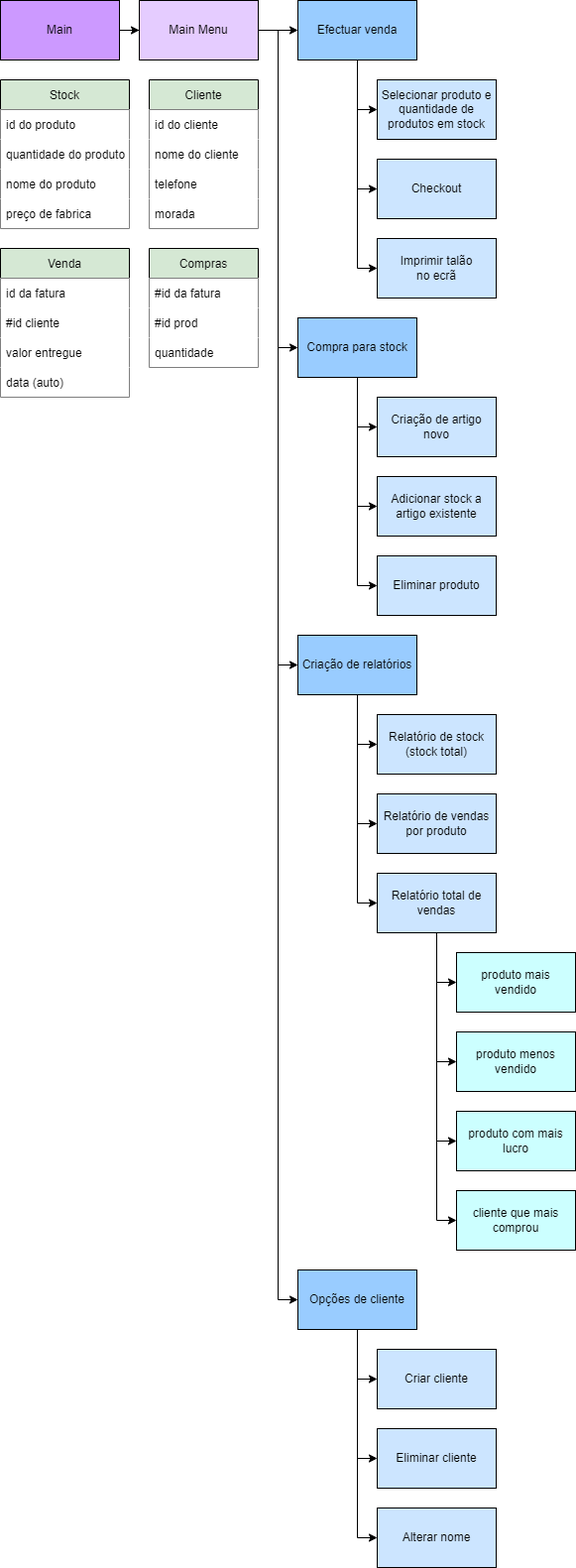
Above: Other/esquema.png in henrique11varela/atec-t1-loja (draw.io), before the change. Source tidied: cells renumbered, new cells last; positions are measured from the earlier drawing's top-left corner, leaving out a move shared by most shapes.
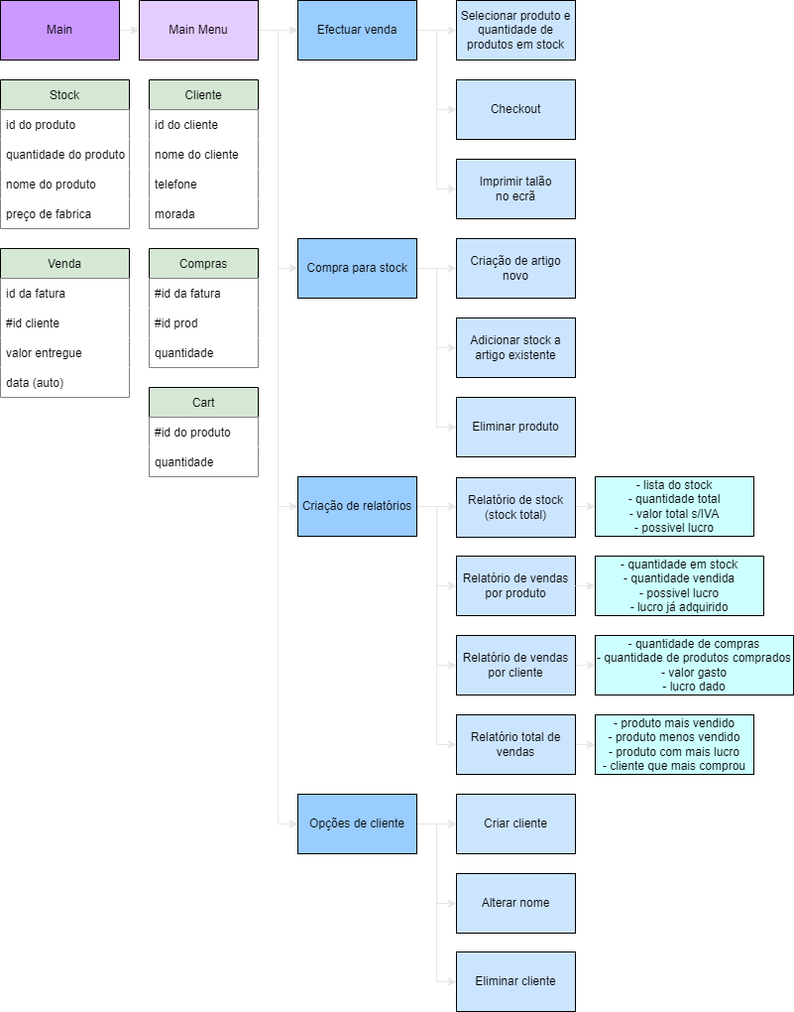
The same diagram one commit later.

What changed in the source:
```diff
@@ -2,153 +2,148 @@
   <root>
     <mxCell id="0" />
     <mxCell id="1" parent="0" />
-    <mxCell id="2" style="edgeStyle=orthogonalEdgeStyle;rounded=0;jettySize=auto;html=1;" parent="1" edge="1" source="3" target="8">
+    <mxCell id="2" style="edgeStyle=orthogonalEdgeStyle;rounded=0;jettySize=auto;html=1;strokeColor=#E6E6E6;" parent="1" edge="1" source="3" target="8">
       <mxGeometry relative="1" as="geometry" />
     </mxCell>
     <mxCell id="3" value="Main" style="rounded=0;whiteSpace=wrap;html=1;fillColor=#CC99FF;" parent="1" vertex="1">
       <mxGeometry width="120" height="60" as="geometry" />
     </mxCell>
-    <mxCell id="4" style="edgeStyle=orthogonalEdgeStyle;rounded=0;jettySize=auto;html=1;" parent="1" edge="1" source="8" target="12">
+    <mxCell id="4" style="edgeStyle=orthogonalEdgeStyle;rounded=0;jettySize=auto;html=1;strokeColor=#E6E6E6;" parent="1" edge="1" source="8" target="12">
       <mxGeometry relative="1" as="geometry" />
     </mxCell>
-    <mxCell id="5" style="edgeStyle=orthogonalEdgeStyle;rounded=0;jettySize=auto;html=1;" parent="1" edge="1" source="8" target="16">
+    <mxCell id="5" style="edgeStyle=orthogonalEdgeStyle;rounded=0;jettySize=auto;html=1;strokeColor=#E6E6E6;" parent="1" edge="1" source="8" target="16">
       <mxGeometry relative="1" as="geometry">
         <Array as="points">
           <mxPoint x="280" y="30" />
-          <mxPoint x="280" y="350" />
+          <mxPoint x="280" y="270" />
         </Array>
       </mxGeometry>
     </mxCell>
-    <mxCell id="6" style="edgeStyle=orthogonalEdgeStyle;rounded=0;jettySize=auto;html=1;" parent="1" edge="1" source="8" target="20">
+    <mxCell id="6" style="edgeStyle=orthogonalEdgeStyle;rounded=0;jettySize=auto;html=1;strokeColor=#E6E6E6;" parent="1" edge="1" source="8" target="20">
       <mxGeometry relative="1" as="geometry">
         <Array as="points">
           <mxPoint x="280" y="30" />
-          <mxPoint x="280" y="670" />
+          <mxPoint x="280" y="510" />
         </Array>
       </mxGeometry>
     </mxCell>
-    <mxCell id="7" style="edgeStyle=orthogonalEdgeStyle;rounded=0;jettySize=auto;html=1;" parent="1" edge="1" source="8" target="24">
+    <mxCell id="7" style="edgeStyle=orthogonalEdgeStyle;rounded=0;jettySize=auto;html=1;strokeColor=#E6E6E6;" parent="1" edge="1" source="8" target="24">
       <mxGeometry relative="1" as="geometry">
         <Array as="points">
           <mxPoint x="280" y="30" />
-          <mxPoint x="280" y="1310" />
+          <mxPoint x="280" y="830" />
         </Array>
       </mxGeometry>
     </mxCell>
     <mxCell id="8" value="Main Menu" style="whiteSpace=wrap;html=1;rounded=0;fillColor=#E5CCFF;" parent="1" vertex="1">
       <mxGeometry x="140" width="120" height="60" as="geometry" />
     </mxCell>
-    <mxCell id="9" style="edgeStyle=orthogonalEdgeStyle;rounded=0;jettySize=auto;html=1;" parent="1" edge="1" source="12" target="25">
+    <mxCell id="9" style="edgeStyle=orthogonalEdgeStyle;rounded=0;jettySize=auto;html=1;strokeColor=#E6E6E6;" parent="1" edge="1" source="12" target="25">
       <mxGeometry relative="1" as="geometry">
         <Array as="points">
-          <mxPoint x="360" y="110" />
+          <mxPoint x="430" y="30" />
+          <mxPoint x="430" y="30" />
         </Array>
       </mxGeometry>
     </mxCell>
-    <mxCell id="10" style="edgeStyle=orthogonalEdgeStyle;rounded=0;jettySize=auto;html=1;entryX=0;entryY=0.5;entryDx=0;entryDy=0;" parent="1" edge="1" source="12" target="26">
+    <mxCell id="10" style="edgeStyle=orthogonalEdgeStyle;rounded=0;jettySize=auto;html=1;entryX=0;entryY=0.5;entryDx=0;entryDy=0;strokeColor=#E6E6E6;" parent="1" edge="1" source="12" target="26">
       <mxGeometry relative="1" as="geometry" />
     </mxCell>
-    <mxCell id="11" style="edgeStyle=orthogonalEdgeStyle;rounded=0;jettySize=auto;html=1;entryX=0;entryY=0.5;entryDx=0;entryDy=0;" parent="1" edge="1" source="12" target="27">
-      <mxGeometry relative="1" as="geometry" />
+    <mxCell id="11" style="edgeStyle=orthogonalEdgeStyle;rounded=0;jettySize=auto;html=1;entryX=0;entryY=0.5;entryDx=0;entryDy=0;strokeColor=#E6E6E6;" parent="1" edge="1" source="12" target="27">
+      <mxGeometry relative="1" as="geometry">
+        <Array as="points">
+          <mxPoint x="440" y="30" />
+          <mxPoint x="440" y="190" />
+        </Array>
+      </mxGeometry>
     </mxCell>
     <mxCell id="12" value="Efectuar venda" style="whiteSpace=wrap;html=1;rounded=0;fillColor=#99CCFF;" parent="1" vertex="1">
       <mxGeometry x="300" width="120" height="60" as="geometry" />
     </mxCell>
-    <mxCell id="13" style="edgeStyle=orthogonalEdgeStyle;rounded=0;jettySize=auto;html=1;entryX=0;entryY=0.5;entryDx=0;entryDy=0;" parent="1" edge="1" source="16" target="28">
+    <mxCell id="13" style="edgeStyle=orthogonalEdgeStyle;rounded=0;jettySize=auto;html=1;entryX=0;entryY=0.5;entryDx=0;entryDy=0;strokeColor=#E6E6E6;" parent="1" edge="1" source="16" target="28">
       <mxGeometry relative="1" as="geometry" />
     </mxCell>
-    <mxCell id="14" style="edgeStyle=orthogonalEdgeStyle;rounded=0;jettySize=auto;html=1;entryX=0;entryY=0.5;entryDx=0;entryDy=0;" parent="1" edge="1" source="16" target="29">
+    <mxCell id="14" style="edgeStyle=orthogonalEdgeStyle;rounded=0;jettySize=auto;html=1;entryX=0;entryY=0.5;entryDx=0;entryDy=0;strokeColor=#E6E6E6;" parent="1" edge="1" source="16" target="29">
       <mxGeometry relative="1" as="geometry" />
     </mxCell>
-    <mxCell id="15" style="edgeStyle=orthogonalEdgeStyle;rounded=0;jettySize=auto;html=1;entryX=0;entryY=0.5;entryDx=0;entryDy=0;" parent="1" edge="1" source="16" target="30">
+    <mxCell id="15" style="edgeStyle=orthogonalEdgeStyle;rounded=0;jettySize=auto;html=1;entryX=0;entryY=0.5;entryDx=0;entryDy=0;strokeColor=#E6E6E6;" parent="1" edge="1" source="16" target="30">
       <mxGeometry relative="1" as="geometry" />
     </mxCell>
     <mxCell id="16" value="Compra para stock" style="whiteSpace=wrap;html=1;rounded=0;fillColor=#99CCFF;" parent="1" vertex="1">
-      <mxGeometry x="300" y="320" width="120" height="60" as="geometry" />
+      <mxGeometry x="300" y="240" width="120" height="60" as="geometry" />
     </mxCell>
-    <mxCell id="17" style="edgeStyle=orthogonalEdgeStyle;rounded=0;jettySize=auto;html=1;entryX=0;entryY=0.5;entryDx=0;entryDy=0;" parent="1" edge="1" source="20" target="31">
-      <mxGeometry relative="1" as="geometry" />
+    <mxCell id="17" style="edgeStyle=orthogonalEdgeStyle;rounded=0;jettySize=auto;html=1;entryX=0;entryY=0.5;entryDx=0;entryDy=0;strokeColor=#E6E6E6;" parent="1" edge="1" source="20">
+      <mxGeometry relative="1" as="geometry">
+        <mxPoint x="460" y="510" as="targetPoint" />
+      </mxGeometry>
     </mxCell>
-    <mxCell id="18" style="edgeStyle=orthogonalEdgeStyle;rounded=0;jettySize=auto;html=1;entryX=0;entryY=0.5;entryDx=0;entryDy=0;" parent="1" edge="1" source="20" target="32">
+    <mxCell id="18" style="edgeStyle=orthogonalEdgeStyle;rounded=0;jettySize=auto;html=1;entryX=0;entryY=0.5;entryDx=0;entryDy=0;strokeColor=#E6E6E6;" parent="1" edge="1" source="20" target="32">
       <mxGeometry relative="1" as="geometry" />
     </mxCell>
+    <mxCell id="73" style="edgeStyle=orthogonalEdgeStyle;rounded=0;jettySize=auto;html=1;entryX=0;entryY=0.5;entryDx=0;entryDy=0;strokeColor=#E6E6E6;" parent="1" edge="1" source="20" target="76">
+      <mxGeometry relative="1" as="geometry" />
+    </mxCell>
-    <mxCell id="19" style="edgeStyle=orthogonalEdgeStyle;rounded=0;jettySize=auto;html=1;entryX=0;entryY=0.5;entryDx=0;entryDy=0;" parent="1" edge="1" source="20" target="37">
+    <mxCell id="19" style="edgeStyle=orthogonalEdgeStyle;rounded=0;jettySize=auto;html=1;entryX=0;entryY=0.5;entryDx=0;entryDy=0;strokeColor=#E6E6E6;" parent="1" edge="1" source="20" target="37">
       <mxGeometry relative="1" as="geometry" />
     </mxCell>
     <mxCell id="20" value="Criação de relatórios" style="whiteSpace=wrap;html=1;rounded=0;fillColor=#99CCFF;" parent="1" vertex="1">
-      <mxGeometry x="300" y="640" width="120" height="60" as="geometry" />
+      <mxGeometry x="300" y="480" width="120" height="60" as="geometry" />
     </mxCell>
-    <mxCell id="21" style="edgeStyle=orthogonalEdgeStyle;rounded=0;jettySize=auto;html=1;entryX=0;entryY=0.5;entryDx=0;entryDy=0;" parent="1" edge="1" source="24" target="42">
+    <mxCell id="21" style="edgeStyle=orthogonalEdgeStyle;rounded=0;jettySize=auto;html=1;entryX=0;entryY=0.5;entryDx=0;entryDy=0;strokeColor=#E6E6E6;" parent="1" edge="1" source="24" target="42">
       <mxGeometry relative="1" as="geometry" />
     </mxCell>
-    <mxCell id="22" style="edgeStyle=orthogonalEdgeStyle;rounded=0;jettySize=auto;html=1;entryX=0;entryY=0.5;entryDx=0;entryDy=0;" parent="1" edge="1" source="24" target="43">
+    <mxCell id="22" style="edgeStyle=orthogonalEdgeStyle;rounded=0;jettySize=auto;html=1;entryX=0;entryY=0.5;entryDx=0;entryDy=0;strokeColor=#E6E6E6;" parent="1" edge="1" source="24" target="43">
       <mxGeometry relative="1" as="geometry" />
     </mxCell>
-    <mxCell id="23" style="edgeStyle=orthogonalEdgeStyle;rounded=0;jettySize=auto;html=1;entryX=0;entryY=0.5;entryDx=0;entryDy=0;" parent="1" edge="1" source="24" target="44">
+    <mxCell id="23" style="edgeStyle=orthogonalEdgeStyle;rounded=0;jettySize=auto;html=1;entryX=0;entryY=0.5;entryDx=0;entryDy=0;strokeColor=#E6E6E6;" parent="1" edge="1" source="24" target="44">
       <mxGeometry relative="1" as="geometry" />
     </mxCell>
     <mxCell id="24" value="Opções de cliente" style="whiteSpace=wrap;html=1;rounded=0;fillColor=#99CCFF;" parent="1" vertex="1">
-      <mxGeometry x="300" y="1280" width="120" height="60" as="geometry" />
+      <mxGeometry x="300" y="800" width="120" height="60" as="geometry" />
     </mxCell>
     <mxCell id="25" value="Selecionar produto e quantidade de produtos em stock" style="whiteSpace=wrap;html=1;rounded=0;" parent="1" vertex="1">
-      <mxGeometry x="380" y="80" width="120" height="60" as="geometry" />
+      <mxGeometry x="460" width="120" height="60" as="geometry" />
     </mxCell>
     <mxCell id="26" value="Checkout" style="whiteSpace=wrap;html=1;rounded=0;" parent="1" vertex="1">
-      <mxGeometry x="380" y="160" width="120" height="60" as="geometry" />
+      <mxGeometry x="460" y="80" width="120" height="60" as="geometry" />
     </mxCell>
     <mxCell id="27" value="Imprimir talão&lt;br&gt;no ecrã" style="whiteSpace=wrap;html=1;rounded=0;" parent="1" vertex="1">
-      <mxGeometry x="380" y="240" width="120" height="60" as="geometry" />
+      <mxGeometry x="460" y="160" width="120" height="60" as="geometry" />
     </mxCell>
     <mxCell id="28" value="Criação de artigo novo" style="whiteSpace=wrap;html=1;rounded=0;" parent="1" vertex="1">
-      <mxGeometry x="380" y="400" width="120" height="60" as="geometry" />
+      <mxGeometry x="460" y="240" width="120" height="60" as="geometry" />
     </mxCell>
     <mxCell id="29" value="Adicionar stock a artigo existente" style="whiteSpace=wrap;html=1;rounded=0;" parent="1" vertex="1">
-      <mxGeometry x="380" y="480" width="120" height="60" as="geometry" />
+      <mxGeometry x="460" y="320" width="120" height="60" as="geometry" />
     </mxCell>
     <mxCell id="30" value="Eliminar produto" style="whiteSpace=wrap;html=1;rounded=0;" parent="1" vertex="1">
-      <mxGeometry x="380" y="560" width="120" height="60" as="geometry" />
+      <mxGeometry x="460" y="400" width="120" height="60" as="geometry" />
     </mxCell>
-    <mxCell id="31" value="Relatório de stock (stock total)" style="whiteSpace=wrap;html=1;rounded=0;" parent="1" vertex="1">
-      <mxGeometry x="380" y="720" width="120" height="60" as="geometry" />
-    </mxCell>
     <mxCell id="32" value="Relatório de vendas por produto" style="whiteSpace=wrap;html=1;rounded=0;fillColor=#CCE5FF;" parent="1" vertex="1">
-      <mxGeometry x="380" y="800" width="120" height="60" as="geometry" />
+      <mxGeometry x="460" y="560" width="120" height="60" as="geometry" />
     </mxCell>
-    <mxCell id="33" style="edgeStyle=orthogonalEdgeStyle;rounded=0;jettySize=auto;html=1;entryX=0;entryY=0.5;entryDx=0;entryDy=0;" parent="1" edge="1" source="37" target="38">
-      <mxGeometry relative="1" as="geometry" />
+    <mxCell id="33" style="edgeStyle=orthogonalEdgeStyle;rounded=0;jettySize=auto;html=1;entryX=0;entryY=0.5;entryDx=0;entryDy=0;strokeColor=#E6E6E6;" parent="1" edge="1" source="37" target="38">
+      <mxGeometry relative="1" as="geometry">
+        <Array as="points">
+          <mxPoint x="590" y="750" />
+          <mxPoint x="590" y="750" />
+        </Array>
+      </mxGeometry>
     </mxCell>
-    <mxCell id="34" style="edgeStyle=orthogonalEdgeStyle;rounded=0;jettySize=auto;html=1;entryX=0;entryY=0.5;entryDx=0;entryDy=0;" parent="1" edge="1" source="37" target="39">
-      <mxGeometry relative="1" as="geometry" />
-    </mxCell>
-    <mxCell id="35" style="edgeStyle=orthogonalEdgeStyle;rounded=0;jettySize=auto;html=1;entryX=0;entryY=0.5;entryDx=0;entryDy=0;" parent="1" edge="1" source="37" target="40">
-      <mxGeometry relative="1" as="geometry" />
-    </mxCell>
-    <mxCell id="36" style="edgeStyle=orthogonalEdgeStyle;rounded=0;jettySize=auto;html=1;entryX=0;entryY=0.5;entryDx=0;entryDy=0;" parent="1" edge="1" source="37" target="41">
-      <mxGeometry relative="1" as="geometry" />
-    </mxCell>
     <mxCell id="37" value="Relatório total de vendas" style="whiteSpace=wrap;html=1;rounded=0;fillColor=#CCE5FF;" parent="1" vertex="1">
-      <mxGeometry x="380" y="880" width="120" height="60" as="geometry" />
+      <mxGeometry x="460" y="720" width="120" height="60" as="geometry" />
     </mxCell>
-    <mxCell id="38" value="produto mais&lt;br&gt;vendido" style="whiteSpace=wrap;html=1;rounded=0;fillColor=#CCFFFF;" parent="1" vertex="1">
-      <mxGeometry x="460" y="960" width="120" height="60" as="geometry" />
+    <mxCell id="38" value="- produto mais vendido&lt;br&gt;- produto menos vendido&lt;br&gt;- produto com mais lucro&lt;br&gt;- cliente que mais comprou" style="whiteSpace=wrap;html=1;rounded=0;fillColor=#CCFFFF;" parent="1" vertex="1">
+      <mxGeometry x="600" y="720" width="160" height="60" as="geometry" />
     </mxCell>
-    <mxCell id="39" value="produto menos vendido" style="whiteSpace=wrap;html=1;rounded=0;fillColor=#CCFFFF;" parent="1" vertex="1">
-      <mxGeometry x="460" y="1040" width="120" height="60" as="geometry" />
-    </mxCell>
-    <mxCell id="40" value="produto com mais lucro" style="whiteSpace=wrap;html=1;rounded=0;fillColor=#CCFFFF;" parent="1" vertex="1">
-      <mxGeometry x="460" y="1120" width="120" height="60" as="geometry" />
-    </mxCell>
-    <mxCell id="41" value="cliente que mais comprou" style="whiteSpace=wrap;html=1;rounded=0;fillColor=#CCFFFF;" parent="1" vertex="1">
-      <mxGeometry x="460" y="1200" width="120" height="60" as="geometry" />
-    </mxCell>
     <mxCell id="42" value="Criar cliente" style="whiteSpace=wrap;html=1;rounded=0;fillColor=#CCE5FF;" parent="1" vertex="1">
-      <mxGeometry x="380" y="1360" width="120" height="60" as="geometry" />
+      <mxGeometry x="460" y="800" width="120" height="60" as="geometry" />
     </mxCell>
     <mxCell id="43" value="Eliminar cliente" style="whiteSpace=wrap;html=1;rounded=0;fillColor=#CCE5FF;" parent="1" vertex="1">
-      <mxGeometry x="380" y="1440" width="120" height="60" as="geometry" />
+      <mxGeometry x="460" y="959" width="120" height="60" as="geometry" />
     </mxCell>
     <mxCell id="44" value="Alterar nome" style="whiteSpace=wrap;html=1;rounded=0;fillColor=#CCE5FF;" parent="1" vertex="1">
-      <mxGeometry x="380" y="1520" width="120" height="60" as="geometry" />
+      <mxGeometry x="460" y="880" width="120" height="60" as="geometry" />
     </mxCell>
     <mxCell id="45" value="Stock" style="swimlane;fontStyle=0;horizontal=1;startSize=30;fillColor=#D5E8D4;" parent="1" vertex="1">
       <mxGeometry y="80" width="130" height="150" as="geometry" />
@@ -196,31 +191,39 @@
       <mxGeometry y="120" width="130" height="30" as="geometry" />
     </mxCell>
     <mxCell id="60" value="Selecionar produto e quantidade de produtos em stock" style="whiteSpace=wrap;html=1;rounded=0;" parent="1" vertex="1">
-      <mxGeometry x="380" y="80" width="120" height="60" as="geometry" />
+      <mxGeometry x="460" width="120" height="60" as="geometry" />
     </mxCell>
     <mxCell id="61" value="Checkout" style="whiteSpace=wrap;html=1;rounded=0;" parent="1" vertex="1">
-      <mxGeometry x="380" y="160" width="120" height="60" as="geometry" />
+      <mxGeometry x="460" y="80" width="120" height="60" as="geometry" />
     </mxCell>
     <mxCell id="62" value="Selecionar produto e quantidade de produtos em stock" style="whiteSpace=wrap;html=1;rounded=0;fillColor=#CCE5FF;" parent="1" vertex="1">
-      <mxGeometry x="380" y="80" width="120" height="60" as="geometry" />
+      <mxGeometry x="460" width="120" height="60" as="geometry" />
     </mxCell>
     <mxCell id="63" value="Checkout" style="whiteSpace=wrap;html=1;rounded=0;fillColor=#CCE5FF;" parent="1" vertex="1">
-      <mxGeometry x="380" y="160" width="120" height="60" as="geometry" />
+      <mxGeometry x="460" y="80" width="120" height="60" as="geometry" />
     </mxCell>
     <mxCell id="64" value="Imprimir talão&lt;br&gt;no ecrã" style="whiteSpace=wrap;html=1;rounded=0;fillColor=#CCE5FF;" parent="1" vertex="1">
-      <mxGeometry x="380" y="240" width="120" height="60" as="geometry" />
+      <mxGeometry x="460" y="160" width="120" height="60" as="geometry" />
     </mxCell>
     <mxCell id="65" value="Criação de artigo novo" style="whiteSpace=wrap;html=1;rounded=0;fillColor=#CCE5FF;" parent="1" vertex="1">
-      <mxGeometry x="380" y="400" width="120" height="60" as="geometry" />
+      <mxGeometry x="460" y="240" width="120" height="60" as="geometry" />
     </mxCell>
     <mxCell id="66" value="Adicionar stock a artigo existente" style="whiteSpace=wrap;html=1;rounded=0;fillColor=#CCE5FF;" parent="1" vertex="1">
-      <mxGeometry x="380" y="480" width="120" height="60" as="geometry" />
+      <mxGeometry x="460" y="320" width="120" height="60" as="geometry" />
     </mxCell>
     <mxCell id="67" value="Eliminar produto" style="whiteSpace=wrap;html=1;rounded=0;fillColor=#CCE5FF;" parent="1" vertex="1">
-      <mxGeometry x="380" y="560" width="120" height="60" as="geometry" />
+      <mxGeometry x="460" y="400" width="120" height="60" as="geometry" />
     </mxCell>
+    <mxCell id="74" style="edgeStyle=orthogonalEdgeStyle;rounded=0;jettySize=auto;html=1;entryX=0;entryY=0.5;entryDx=0;entryDy=0;strokeColor=#E6E6E6;" parent="1" edge="1" source="68" target="80">
+      <mxGeometry relative="1" as="geometry">
+        <Array as="points">
+          <mxPoint x="590" y="510" />
+          <mxPoint x="590" y="510" />
+        </Array>
+      </mxGeometry>
+    </mxCell>
     <mxCell id="68" value="Relatório de stock (stock total)" style="whiteSpace=wrap;html=1;rounded=0;fillColor=#CCE5FF;" parent="1" vertex="1">
-      <mxGeometry x="380" y="720" width="120" height="60" as="geometry" />
+      <mxGeometry x="460" y="481" width="120" height="60" as="geometry" />
     </mxCell>
     <mxCell id="69" value="Compras" style="swimlane;fontStyle=0;horizontal=1;startSize=30;fillColor=#d5e8d4;strokeColor=#000000;" parent="1" vertex="1">
       <mxGeometry x="150" y="250" width="110" height="120" as="geometry" />
@@ -234,5 +237,32 @@
     <mxCell id="72" value="quantidade" style="text;align=left;verticalAlign=middle;spacingLeft=4;spacingRight=4;overflow=hidden;fillColor=#FFFFFF;" parent="69" vertex="1">
       <mxGeometry y="90" width="110" height="30" as="geometry" />
     </mxCell>
+    <mxCell id="75" style="edgeStyle=orthogonalEdgeStyle;rounded=0;jettySize=auto;html=1;entryX=0;entryY=0.5;entryDx=0;entryDy=0;strokeColor=#E6E6E6;" parent="1" edge="1" source="76" target="82">
+      <mxGeometry relative="1" as="geometry" />
+    </mxCell>
+    <mxCell id="76" value="Relatório de vendas por cliente" style="whiteSpace=wrap;html=1;rounded=0;fillColor=#CCE5FF;" parent="1" vertex="1">
+      <mxGeometry x="460" y="640" width="120" height="60" as="geometry" />
+    </mxCell>
+    <mxCell id="77" value="Cart" style="swimlane;fontStyle=0;horizontal=1;startSize=30;fillColor=#d5e8d4;strokeColor=#000000;" parent="1" vertex="1">
+      <mxGeometry x="150" y="390" width="110" height="90" as="geometry" />
+    </mxCell>
+    <mxCell id="78" value="#id do produto" style="text;align=left;verticalAlign=middle;spacingLeft=4;spacingRight=4;overflow=hidden;fillColor=#FFFFFF;" parent="77" vertex="1">
+      <mxGeometry y="30" width="110" height="30" as="geometry" />
+    </mxCell>
+    <mxCell id="79" value="quantidade" style="text;align=left;verticalAlign=middle;spacingLeft=4;spacingRight=4;overflow=hidden;fillColor=#FFFFFF;" parent="77" vertex="1">
+      <mxGeometry y="60" width="110" height="30" as="geometry" />
+    </mxCell>
+    <mxCell id="80" value="- lista do stock&lt;br&gt;- quantidade total&lt;br&gt;- valor total s/IVA&lt;br&gt;- possivel lucro" style="whiteSpace=wrap;html=1;rounded=0;fillColor=#CCFFFF;" parent="1" vertex="1">
+      <mxGeometry x="600" y="480" width="160" height="60" as="geometry" />
+    </mxCell>
+    <mxCell id="81" value="- quantidade em stock&lt;br&gt;- quantidade vendida&lt;br&gt;- possivel lucro&lt;br&gt;- lucro já adquirido" style="whiteSpace=wrap;html=1;rounded=0;fillColor=#CCFFFF;" parent="1" vertex="1">
+      <mxGeometry x="600" y="560" width="170" height="60" as="geometry" />
+    </mxCell>
+    <mxCell id="82" value="- quantidade de compras&lt;br&gt;- quantidade de produtos comprados&lt;br&gt;- valor gasto&lt;br&gt;- lucro dado" style="whiteSpace=wrap;html=1;rounded=0;fillColor=#CCFFFF;" parent="1" vertex="1">
+      <mxGeometry x="600" y="640" width="200" height="60" as="geometry" />
+    </mxCell>
+    <mxCell id="83" style="endArrow=classic;html=1;rounded=0;exitX=1;exitY=0.5;exitDx=0;exitDy=0;entryX=0;entryY=0.5;entryDx=0;entryDy=0;strokeColor=#E6E6E6;" parent="1" edge="1" source="32" target="81">
+      <mxGeometry relative="1" as="geometry" />
+    </mxCell>
   </root>
 </mxGraphModel>
```
